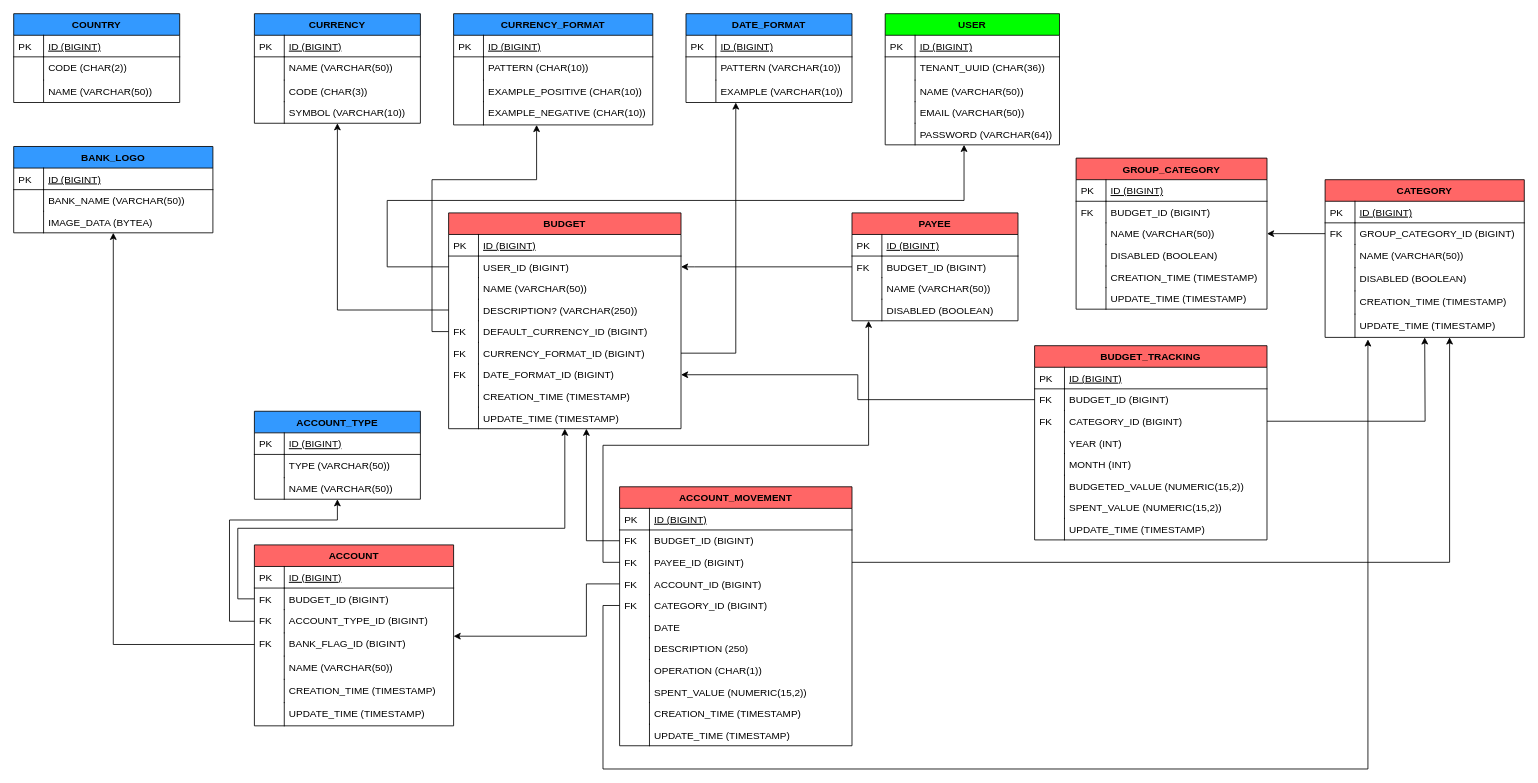
heliommsfilho/imperium-cash-api keeps this draw.io diagram as page "Page-1" (1 of 2) of docs/imperium-cash.drawio. Above is the earlier version. Source tidied: cells renumbered, new cells numbered last; positions are measured from the earlier drawing's top-left corner, leaving out a move shared by most shapes. Both pictures are drawn from the tidied source at 83%, with x=0, y=0 at pixel (13, 13).
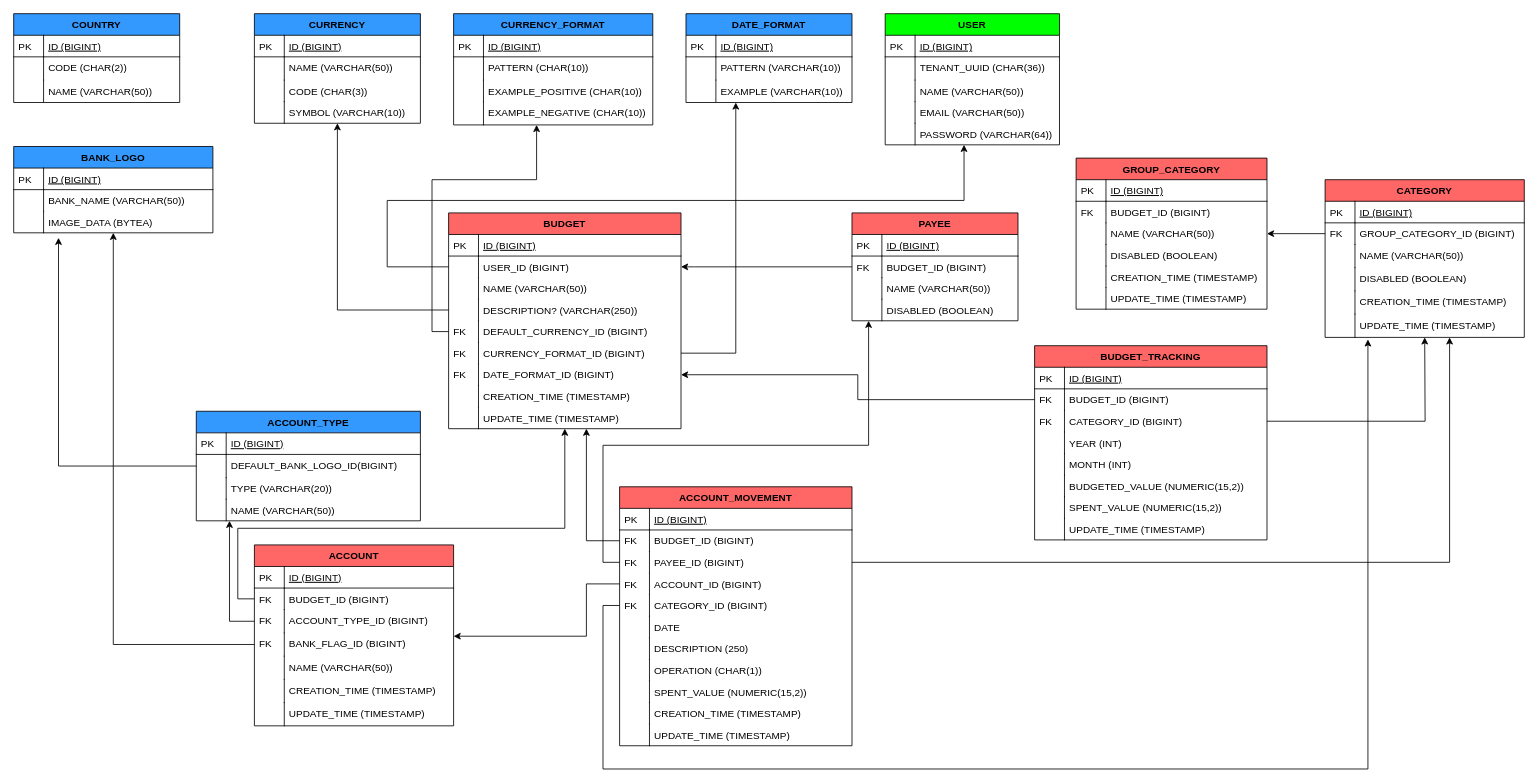
The same diagram, later.

Commit message (it also covers changes not shown here):
Created Account Type Resource

What changed in the source:
```diff
@@
     <mxCell id="55" value="ACCOUNT_TYPE" style="swimlane;fontStyle=1;horizontal=1;startSize=26;rounded=0;shadow=0;strokeWidth=1;fillColor=#3399FF;" parent="1" vertex="1">
-      <mxGeometry x="290" y="479" width="200" height="106" as="geometry" />
+      <mxGeometry x="220" y="479" width="270" height="132" as="geometry" />
     </mxCell>
     <mxCell id="56" value="ID (BIGINT)" style="shape=partialRectangle;top=0;left=0;right=0;bottom=1;align=left;verticalAlign=top;fillColor=none;spacingLeft=40;spacingRight=4;overflow=hidden;rounded=0;shadow=0;strokeWidth=1;fontStyle=4;" parent="55" vertex="1">
-      <mxGeometry y="26" width="200" height="26" as="geometry" />
+      <mxGeometry y="26" width="270" height="26" as="geometry" />
     </mxCell>
@@
-    <mxCell id="58" value="TYPE (VARCHAR(50))" style="shape=partialRectangle;top=0;left=0;right=0;bottom=0;align=left;verticalAlign=top;fillColor=none;spacingLeft=40;spacingRight=4;overflow=hidden;points=[[0,0.5],[1,0.5]];portConstraint=eastwest;rounded=0;shadow=0;strokeWidth=1;" parent="55" vertex="1">
-      <mxGeometry y="52" width="200" height="28" as="geometry" />
+    <mxCell id="58" value="DEFAULT_BANK_LOGO_ID(BIGINT)" style="shape=partialRectangle;top=0;left=0;right=0;bottom=0;align=left;verticalAlign=top;fillColor=none;spacingLeft=40;spacingRight=4;overflow=hidden;points=[[0,0.5],[1,0.5]];portConstraint=eastwest;rounded=0;shadow=0;strokeWidth=1;" parent="55" vertex="1">
+      <mxGeometry y="52" width="270" height="28" as="geometry" />
     </mxCell>
@@
-    <mxCell id="60" value="NAME (VARCHAR(50))" style="shape=partialRectangle;top=0;left=0;right=0;bottom=0;align=left;verticalAlign=top;fillColor=none;spacingLeft=40;spacingRight=4;overflow=hidden;rounded=0;shadow=0;strokeWidth=1;" parent="55" vertex="1">
-      <mxGeometry y="80" width="200" height="26" as="geometry" />
+    <mxCell id="60" value="TYPE (VARCHAR(20))" style="shape=partialRectangle;top=0;left=0;right=0;bottom=0;align=left;verticalAlign=top;fillColor=none;spacingLeft=40;spacingRight=4;overflow=hidden;rounded=0;shadow=0;strokeWidth=1;" parent="55" vertex="1">
+      <mxGeometry y="80" width="270" height="26" as="geometry" />
     </mxCell>
@@
+    <mxCell id="184" value="NAME (VARCHAR(50))" style="shape=partialRectangle;top=0;left=0;right=0;bottom=0;align=left;verticalAlign=top;fillColor=none;spacingLeft=40;spacingRight=4;overflow=hidden;rounded=0;shadow=0;strokeWidth=1;" parent="55" vertex="1">
+      <mxGeometry y="106" width="270" height="26" as="geometry" />
+    </mxCell>
+    <mxCell id="185" style="shape=partialRectangle;top=0;left=0;bottom=0;fillColor=none;align=left;verticalAlign=top;spacingLeft=4;spacingRight=4;overflow=hidden;" parent="184" vertex="1">
+      <mxGeometry width="36" height="26" as="geometry" />
+    </mxCell>
@@
+    <mxCell id="186" style="edgeStyle=orthogonalEdgeStyle;rounded=0;jettySize=auto;html=1;" parent="1" edge="1" source="58">
+      <mxGeometry relative="1" as="geometry">
+        <mxPoint x="54" y="270" as="targetPoint" />
+        <Array as="points">
+          <mxPoint x="54" y="545" />
+        </Array>
+      </mxGeometry>
+    </mxCell>
```
